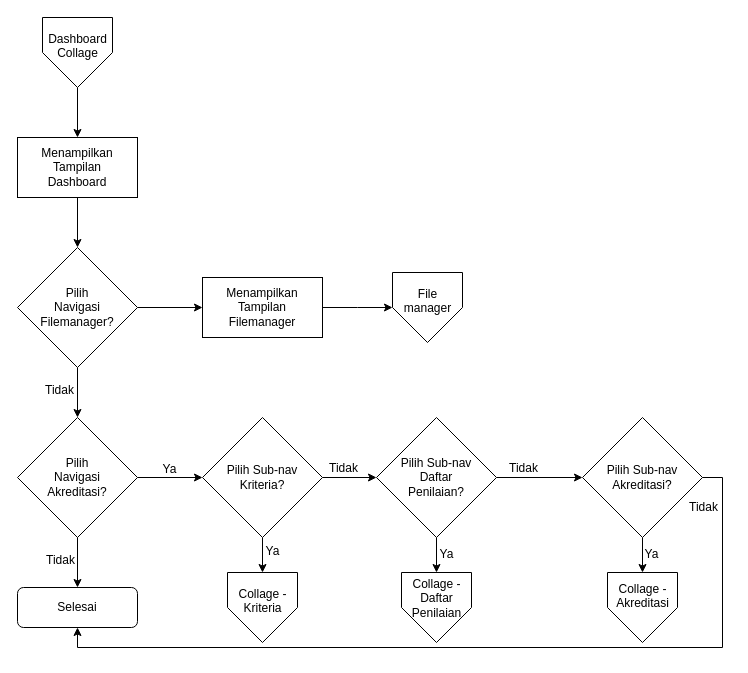
Above: page "Collage - Dashboard" (3 of 5) of FilemanagerLPMI.drawio in muhfajarm/laravel-file-manager (draw.io), before the change. Source tidied: cells renumbered, new cells numbered last; positions are measured from the earlier drawing's top-left corner, leaving out a move shared by most shapes. Both pictures are drawn from the tidied source at 100%, with x=0, y=0 at pixel (17, 17).
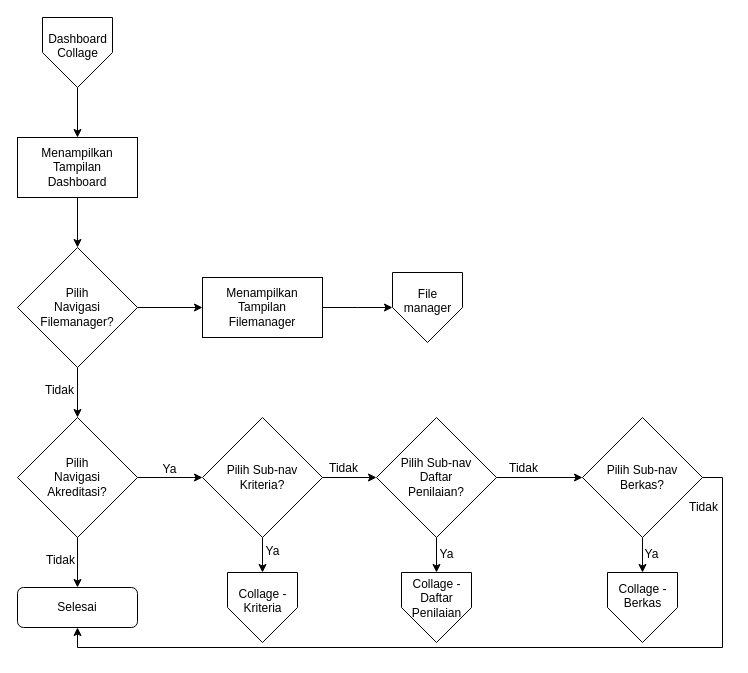
The same diagram, later.

Commit message (it also covers changes not shown here):
Update - Collage Akreditasi Kriteria - FilemanagerLPMI.drawio

Change to the diagram source:
```diff
@@
-    <mxCell id="28" value="&lt;div&gt;Pilih Sub-nav&lt;/div&gt;&lt;div&gt;Akreditasi?&lt;br&gt;&lt;/div&gt;" style="rhombus;whiteSpace=wrap;html=1;rounded=0;spacing=0;" parent="1" vertex="1">
+    <mxCell id="28" value="&lt;div&gt;Pilih Sub-nav&lt;/div&gt;&lt;div&gt;Berkas?&lt;br&gt;&lt;/div&gt;" style="rhombus;whiteSpace=wrap;html=1;rounded=0;spacing=0;" parent="1" vertex="1">
       <mxGeometry x="565" y="400" width="120" height="120" as="geometry" />
     </mxCell>
@@
-    <mxCell id="36" value="&lt;div&gt;Collage -&lt;/div&gt;&lt;div&gt;Akreditasi&lt;br&gt;&lt;/div&gt;" style="verticalLabelPosition=bottom;verticalAlign=top;html=1;shape=offPageConnector;rounded=0;size=0.5;spacing=-65;" parent="1" vertex="1">
+    <mxCell id="36" value="&lt;div&gt;Collage -&lt;/div&gt;&lt;div&gt;Berkas&lt;br&gt;&lt;/div&gt;" style="verticalLabelPosition=bottom;verticalAlign=top;html=1;shape=offPageConnector;rounded=0;size=0.5;spacing=-65;" parent="1" vertex="1">
       <mxGeometry x="590" y="555" width="70" height="70" as="geometry" />
     </mxCell>
```
